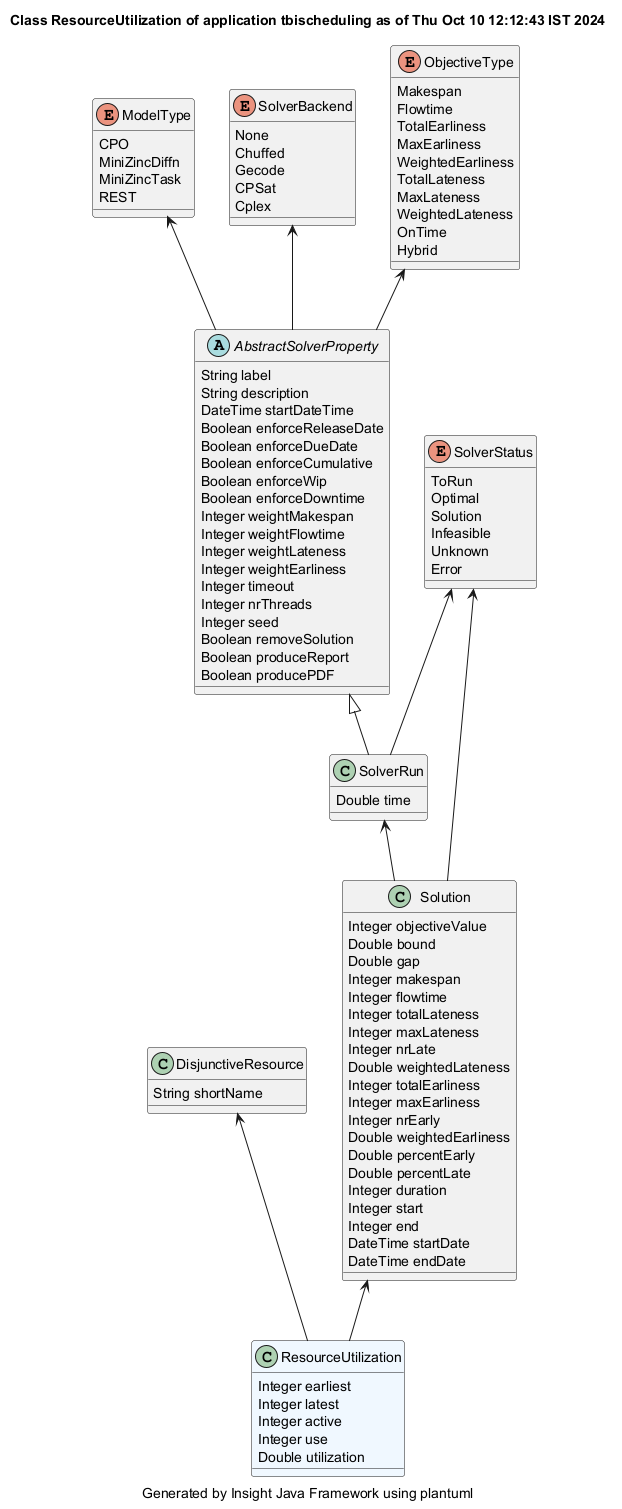
Earlier version of the PlantUML export demonstrator/tbischeduling/site/plantuml/ResourceUtilization.png (hsimonis/schedulingtraining).
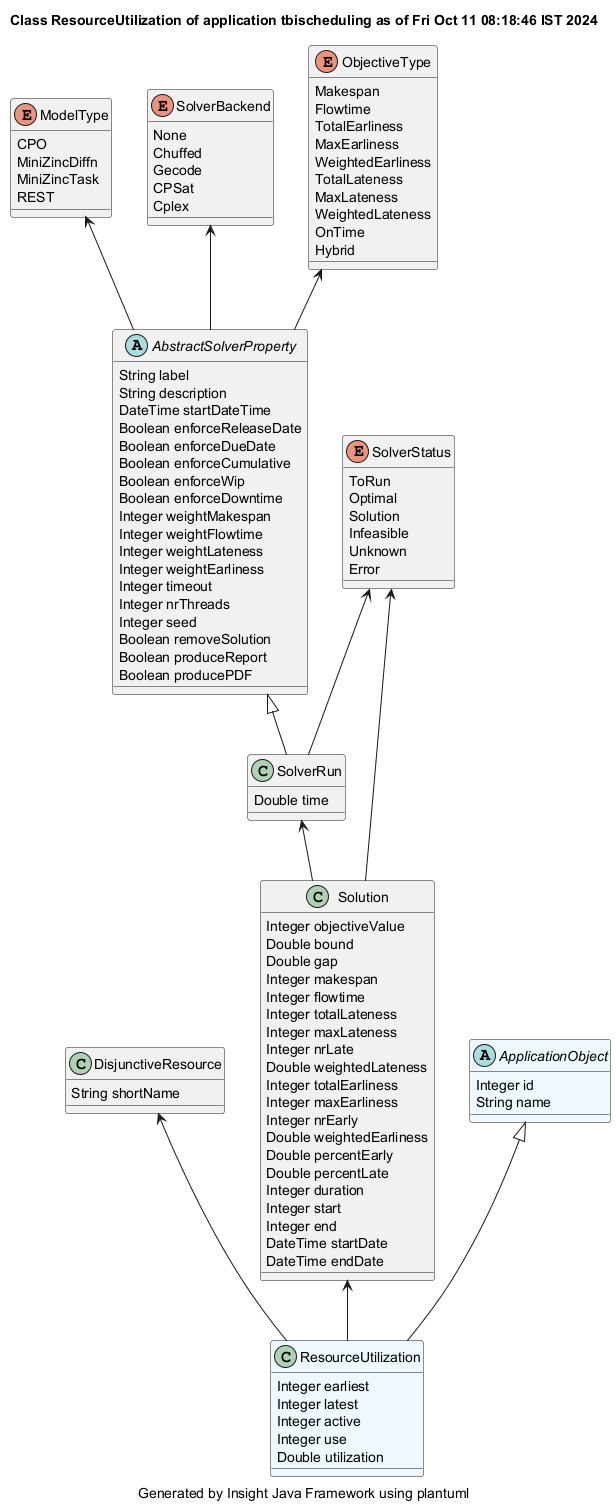
Above is the later version.

Change to the diagram source:
```diff
@@ -1,5 +1,5 @@
 @startuml
-title Class ResourceUtilization of application tbischeduling as of Thu Oct 10 12:12:43 IST 2024
+title Class ResourceUtilization of application tbischeduling as of Fri Oct 11 08:18:46 IST 2024
 caption Generated by Insight Java Framework using plantuml
 class ResourceUtilization #aliceblue
 ResourceUtilization : Integer earliest
@@ -94,4 +94,9 @@
 SolverStatus : Error
 SolverStatus <-- SolverRun
 SolverStatus <-- Solution
+abstract ApplicationObject #aliceblue
+ApplicationObject : Integer id
+ApplicationObject : String name
+
+ApplicationObject <|-- ResourceUtilization
 @enduml
```
